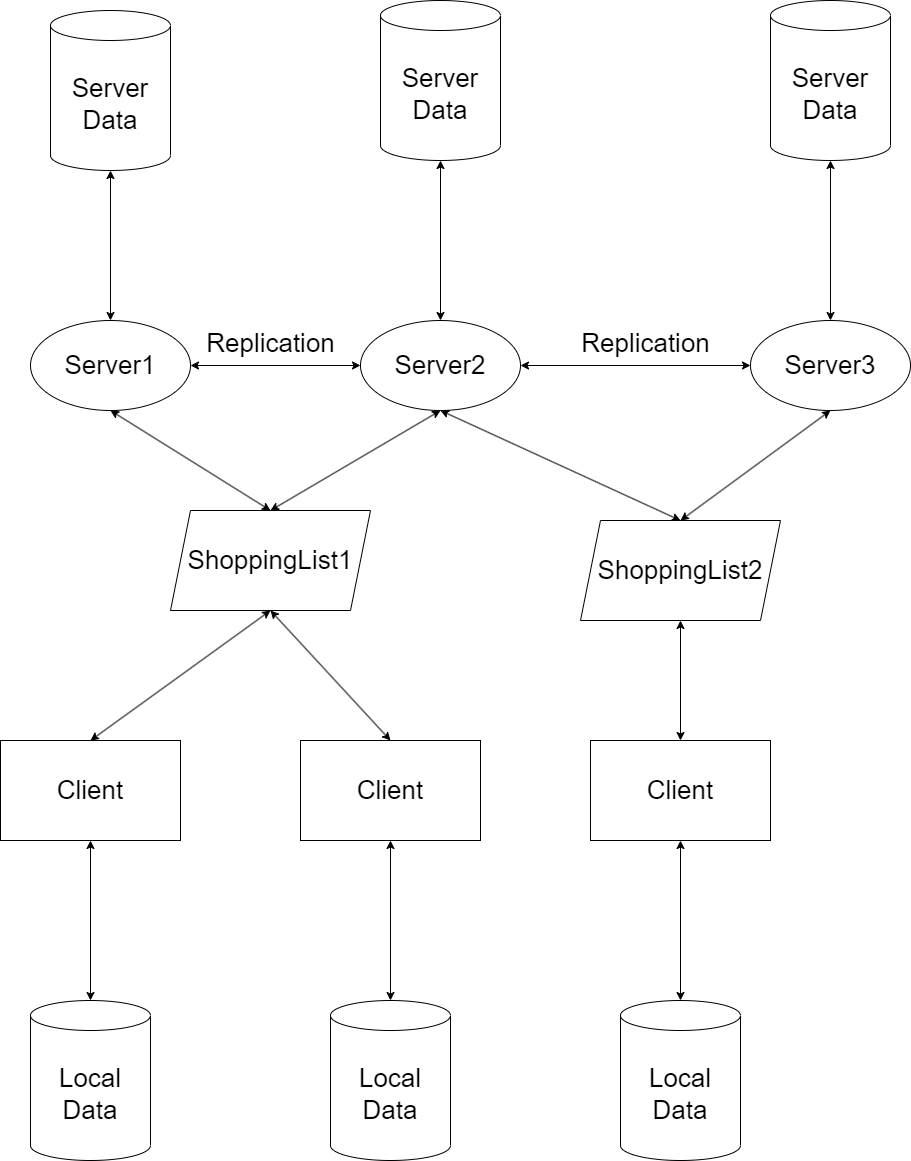
Above: docs/design_draft.drawio.png in Henrique-O-S/SDLE_Project1 (draw.io), before the change. Source tidied: cells renumbered, new cells last; positions are measured from the earlier drawing's top-left corner, leaving out a move shared by most shapes. The source it was exported from:
```xml
<mxGraphModel>
  <root>
    <mxCell id="0" />
    <mxCell id="1" parent="0" />
    <mxCell id="2" value="&lt;font style=&quot;font-size: 26px;&quot;&gt;Server1&lt;/font&gt;" style="ellipse;whiteSpace=wrap;html=1;" parent="1" vertex="1">
      <mxGeometry x="30" y="320" width="160" height="90" as="geometry" />
    </mxCell>
    <mxCell id="3" value="&lt;font style=&quot;font-size: 26px;&quot;&gt;Server2&lt;/font&gt;" style="ellipse;whiteSpace=wrap;html=1;" parent="1" vertex="1">
      <mxGeometry x="360" y="320" width="160" height="90" as="geometry" />
    </mxCell>
    <mxCell id="4" value="&lt;font style=&quot;font-size: 26px;&quot;&gt;Server3&lt;/font&gt;" style="ellipse;whiteSpace=wrap;html=1;" parent="1" vertex="1">
      <mxGeometry x="750" y="320" width="160" height="90" as="geometry" />
    </mxCell>
    <mxCell id="5" value="&lt;font style=&quot;font-size: 26px;&quot;&gt;ShoppingList1&lt;/font&gt;" style="shape=parallelogram;perimeter=parallelogramPerimeter;whiteSpace=wrap;html=1;fixedSize=1;" parent="1" vertex="1">
      <mxGeometry x="170" y="510" width="200" height="100" as="geometry" />
    </mxCell>
    <mxCell id="6" value="&lt;font style=&quot;font-size: 26px;&quot;&gt;Client&lt;/font&gt;" style="rounded=0;whiteSpace=wrap;html=1;" parent="1" vertex="1">
      <mxGeometry y="740" width="180" height="100" as="geometry" />
    </mxCell>
    <mxCell id="7" value="&lt;font style=&quot;font-size: 26px;&quot;&gt;Client&lt;/font&gt;" style="rounded=0;whiteSpace=wrap;html=1;" parent="1" vertex="1">
      <mxGeometry x="300" y="740" width="180" height="100" as="geometry" />
    </mxCell>
    <mxCell id="8" value="&lt;font style=&quot;font-size: 26px;&quot;&gt;Local Data&lt;/font&gt;" style="shape=cylinder3;whiteSpace=wrap;html=1;boundedLbl=1;backgroundOutline=1;size=15;" parent="1" vertex="1">
      <mxGeometry x="30" y="1000" width="120" height="160" as="geometry" />
    </mxCell>
    <mxCell id="9" style="endArrow=classic;startArrow=classic;html=1;rounded=0;entryX=0.5;entryY=1;entryDx=0;entryDy=0;exitX=0.5;exitY=0;exitDx=0;exitDy=0;" parent="1" edge="1" source="7" target="5">
      <mxGeometry relative="1" as="geometry" />
    </mxCell>
    <mxCell id="10" style="endArrow=classic;startArrow=classic;html=1;rounded=0;entryX=0.5;entryY=0;entryDx=0;entryDy=0;exitX=0.5;exitY=1;exitDx=0;exitDy=0;" parent="1" edge="1" source="5" target="6">
      <mxGeometry relative="1" as="geometry" />
    </mxCell>
    <mxCell id="11" style="endArrow=classic;startArrow=classic;html=1;rounded=0;entryX=0.5;entryY=1;entryDx=0;entryDy=0;exitX=0.5;exitY=0;exitDx=0;exitDy=0;" parent="1" edge="1" source="5" target="3">
      <mxGeometry relative="1" as="geometry" />
    </mxCell>
    <mxCell id="12" style="endArrow=classic;startArrow=classic;html=1;rounded=0;entryX=0.5;entryY=1;entryDx=0;entryDy=0;exitX=0.5;exitY=0;exitDx=0;exitDy=0;" parent="1" edge="1" source="5" target="2">
      <mxGeometry relative="1" as="geometry" />
    </mxCell>
    <mxCell id="13" style="endArrow=classic;startArrow=classic;html=1;rounded=0;exitX=0.5;exitY=0;exitDx=0;exitDy=0;exitPerimeter=0;entryX=0.5;entryY=1;entryDx=0;entryDy=0;" parent="1" edge="1" source="8" target="6">
      <mxGeometry relative="1" as="geometry" />
    </mxCell>
    <mxCell id="14" style="endArrow=classic;startArrow=classic;html=1;rounded=0;exitX=0.5;exitY=0;exitDx=0;exitDy=0;exitPerimeter=0;entryX=0.5;entryY=1;entryDx=0;entryDy=0;" parent="1" edge="1" source="21" target="7">
      <mxGeometry relative="1" as="geometry" />
    </mxCell>
    <mxCell id="15" value="&lt;font style=&quot;font-size: 26px;&quot;&gt;ShoppingList2&lt;/font&gt;" style="shape=parallelogram;perimeter=parallelogramPerimeter;whiteSpace=wrap;html=1;fixedSize=1;" parent="1" vertex="1">
      <mxGeometry x="580" y="520" width="200" height="100" as="geometry" />
    </mxCell>
    <mxCell id="16" style="endArrow=classic;startArrow=classic;html=1;rounded=0;entryX=0.5;entryY=1;entryDx=0;entryDy=0;exitX=0.5;exitY=0;exitDx=0;exitDy=0;" parent="1" edge="1" source="15" target="3">
      <mxGeometry relative="1" as="geometry" />
    </mxCell>
    <mxCell id="17" style="endArrow=classic;startArrow=classic;html=1;rounded=0;entryX=0.5;entryY=1;entryDx=0;entryDy=0;exitX=0.5;exitY=0;exitDx=0;exitDy=0;" parent="1" edge="1" source="15" target="4">
      <mxGeometry relative="1" as="geometry" />
    </mxCell>
    <mxCell id="18" value="&lt;font style=&quot;font-size: 26px;&quot;&gt;Client&lt;/font&gt;" style="rounded=0;whiteSpace=wrap;html=1;" parent="1" vertex="1">
      <mxGeometry x="590" y="740" width="180" height="100" as="geometry" />
    </mxCell>
    <mxCell id="19" style="endArrow=classic;startArrow=classic;html=1;rounded=0;exitX=0.5;exitY=0;exitDx=0;exitDy=0;exitPerimeter=0;entryX=0.5;entryY=1;entryDx=0;entryDy=0;" parent="1" edge="1" source="22" target="18">
      <mxGeometry relative="1" as="geometry" />
    </mxCell>
    <mxCell id="20" style="endArrow=classic;startArrow=classic;html=1;rounded=0;entryX=0.5;entryY=1;entryDx=0;entryDy=0;exitX=0.5;exitY=0;exitDx=0;exitDy=0;" parent="1" edge="1" source="18" target="15">
      <mxGeometry relative="1" as="geometry" />
    </mxCell>
    <mxCell id="21" value="&lt;font style=&quot;font-size: 26px;&quot;&gt;Local Data&lt;/font&gt;" style="shape=cylinder3;whiteSpace=wrap;html=1;boundedLbl=1;backgroundOutline=1;size=15;" parent="1" vertex="1">
      <mxGeometry x="330" y="1000" width="120" height="160" as="geometry" />
    </mxCell>
    <mxCell id="22" value="&lt;font style=&quot;font-size: 26px;&quot;&gt;Local Data&lt;/font&gt;" style="shape=cylinder3;whiteSpace=wrap;html=1;boundedLbl=1;backgroundOutline=1;size=15;" parent="1" vertex="1">
      <mxGeometry x="620" y="1000" width="120" height="160" as="geometry" />
    </mxCell>
    <mxCell id="23" value="&lt;font style=&quot;font-size: 26px;&quot;&gt;Server Data&lt;/font&gt;" style="shape=cylinder3;whiteSpace=wrap;html=1;boundedLbl=1;backgroundOutline=1;size=15;" parent="1" vertex="1">
      <mxGeometry x="50" y="10" width="120" height="160" as="geometry" />
    </mxCell>
    <mxCell id="24" value="&lt;font style=&quot;font-size: 26px;&quot;&gt;Server Data&lt;/font&gt;" style="shape=cylinder3;whiteSpace=wrap;html=1;boundedLbl=1;backgroundOutline=1;size=15;" parent="1" vertex="1">
      <mxGeometry x="380" width="120" height="160" as="geometry" />
    </mxCell>
    <mxCell id="25" value="&lt;font style=&quot;font-size: 26px;&quot;&gt;Server Data&lt;/font&gt;" style="shape=cylinder3;whiteSpace=wrap;html=1;boundedLbl=1;backgroundOutline=1;size=15;" parent="1" vertex="1">
      <mxGeometry x="770" width="120" height="160" as="geometry" />
    </mxCell>
    <mxCell id="26" style="endArrow=classic;startArrow=classic;html=1;rounded=0;exitX=0.5;exitY=0;exitDx=0;exitDy=0;entryX=0.5;entryY=1;entryDx=0;entryDy=0;entryPerimeter=0;" parent="1" edge="1" source="2" target="23">
      <mxGeometry relative="1" as="geometry" />
    </mxCell>
    <mxCell id="27" style="endArrow=classic;startArrow=classic;html=1;rounded=0;entryX=0.5;entryY=1;entryDx=0;entryDy=0;entryPerimeter=0;exitX=0.5;exitY=0;exitDx=0;exitDy=0;" parent="1" edge="1" source="3" target="24">
      <mxGeometry relative="1" as="geometry" />
    </mxCell>
    <mxCell id="28" style="endArrow=classic;startArrow=classic;html=1;rounded=0;entryX=0.5;entryY=1;entryDx=0;entryDy=0;entryPerimeter=0;exitX=0.5;exitY=0;exitDx=0;exitDy=0;" parent="1" edge="1" source="4" target="25">
      <mxGeometry relative="1" as="geometry" />
    </mxCell>
    <mxCell id="29" style="endArrow=classic;startArrow=classic;html=1;rounded=0;exitX=1;exitY=0.5;exitDx=0;exitDy=0;entryX=0;entryY=0.5;entryDx=0;entryDy=0;" parent="1" edge="1" source="2" target="3">
      <mxGeometry relative="1" as="geometry" />
    </mxCell>
    <mxCell id="30" style="endArrow=classic;startArrow=classic;html=1;rounded=0;exitX=1;exitY=0.5;exitDx=0;exitDy=0;entryX=0;entryY=0.5;entryDx=0;entryDy=0;" parent="1" edge="1" source="3" target="4">
      <mxGeometry relative="1" as="geometry" />
    </mxCell>
    <mxCell id="31" value="&lt;font style=&quot;font-size: 26px;&quot;&gt;Replication&lt;/font&gt;" style="text;html=1;align=center;verticalAlign=middle;strokeColor=none;fillColor=none;" parent="1" vertex="1">
      <mxGeometry x="195" y="323" width="150" height="40" as="geometry" />
    </mxCell>
    <mxCell id="32" value="&lt;font style=&quot;font-size: 26px;&quot;&gt;Replication&lt;/font&gt;" style="text;html=1;align=center;verticalAlign=middle;strokeColor=none;fillColor=none;" parent="1" vertex="1">
      <mxGeometry x="570" y="323" width="150" height="40" as="geometry" />
    </mxCell>
  </root>
</mxGraphModel>
```
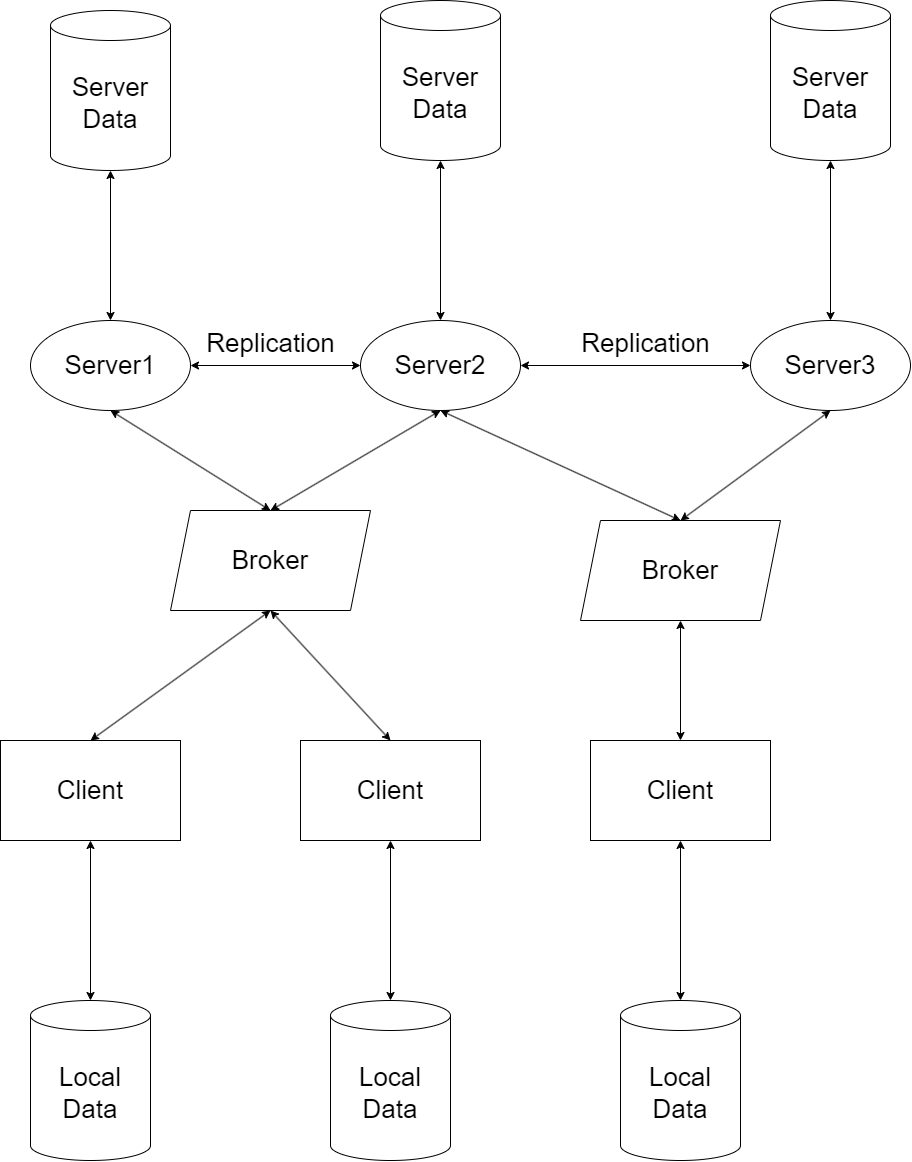
Later version of the same file.

Diff of the diagram source:
```diff
@@ -11,7 +11,7 @@
     <mxCell id="4" value="&lt;font style=&quot;font-size: 26px;&quot;&gt;Server3&lt;/font&gt;" style="ellipse;whiteSpace=wrap;html=1;" parent="1" vertex="1">
       <mxGeometry x="750" y="320" width="160" height="90" as="geometry" />
     </mxCell>
-    <mxCell id="5" value="&lt;font style=&quot;font-size: 26px;&quot;&gt;ShoppingList1&lt;/font&gt;" style="shape=parallelogram;perimeter=parallelogramPerimeter;whiteSpace=wrap;html=1;fixedSize=1;" parent="1" vertex="1">
+    <mxCell id="5" value="&lt;font style=&quot;font-size: 26px;&quot;&gt;Broker&lt;/font&gt;" style="shape=parallelogram;perimeter=parallelogramPerimeter;whiteSpace=wrap;html=1;fixedSize=1;" parent="1" vertex="1">
       <mxGeometry x="170" y="510" width="200" height="100" as="geometry" />
     </mxCell>
     <mxCell id="6" value="&lt;font style=&quot;font-size: 26px;&quot;&gt;Client&lt;/font&gt;" style="rounded=0;whiteSpace=wrap;html=1;" parent="1" vertex="1">
@@ -41,7 +41,7 @@
     <mxCell id="14" style="endArrow=classic;startArrow=classic;html=1;rounded=0;exitX=0.5;exitY=0;exitDx=0;exitDy=0;exitPerimeter=0;entryX=0.5;entryY=1;entryDx=0;entryDy=0;" parent="1" edge="1" source="21" target="7">
       <mxGeometry relative="1" as="geometry" />
     </mxCell>
-    <mxCell id="15" value="&lt;font style=&quot;font-size: 26px;&quot;&gt;ShoppingList2&lt;/font&gt;" style="shape=parallelogram;perimeter=parallelogramPerimeter;whiteSpace=wrap;html=1;fixedSize=1;" parent="1" vertex="1">
+    <mxCell id="15" value="&lt;font style=&quot;font-size: 26px;&quot;&gt;Broker&lt;/font&gt;" style="shape=parallelogram;perimeter=parallelogramPerimeter;whiteSpace=wrap;html=1;fixedSize=1;" parent="1" vertex="1">
       <mxGeometry x="580" y="520" width="200" height="100" as="geometry" />
     </mxCell>
     <mxCell id="16" style="endArrow=classic;startArrow=classic;html=1;rounded=0;entryX=0.5;entryY=1;entryDx=0;entryDy=0;exitX=0.5;exitY=0;exitDx=0;exitDy=0;" parent="1" edge="1" source="15" target="3">
```
